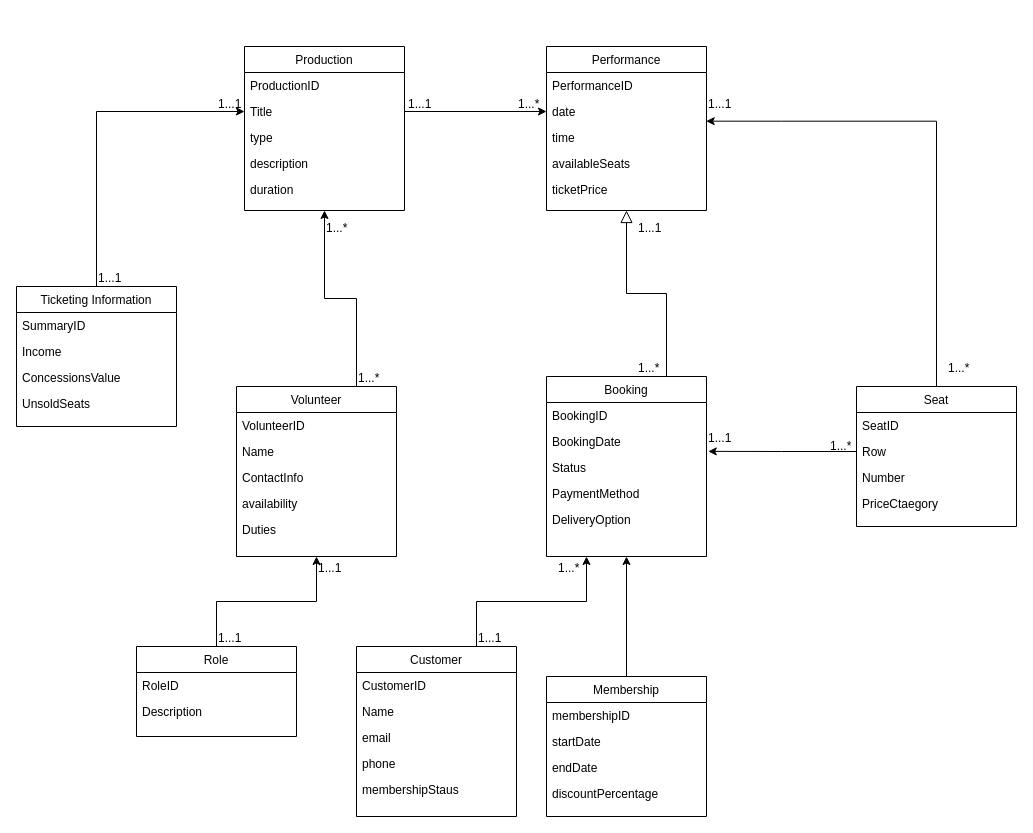
iamheetp/ecomstore keeps this draw.io diagram as Untitled Diagram.drawio. Above is the earlier version. Source tidied: cells renumbered, new cells numbered last; positions are measured from the earlier drawing's top-left corner, leaving out a move shared by most shapes. Both pictures are drawn from the tidied source at 100%, with x=0, y=0 at pixel (16, 46).
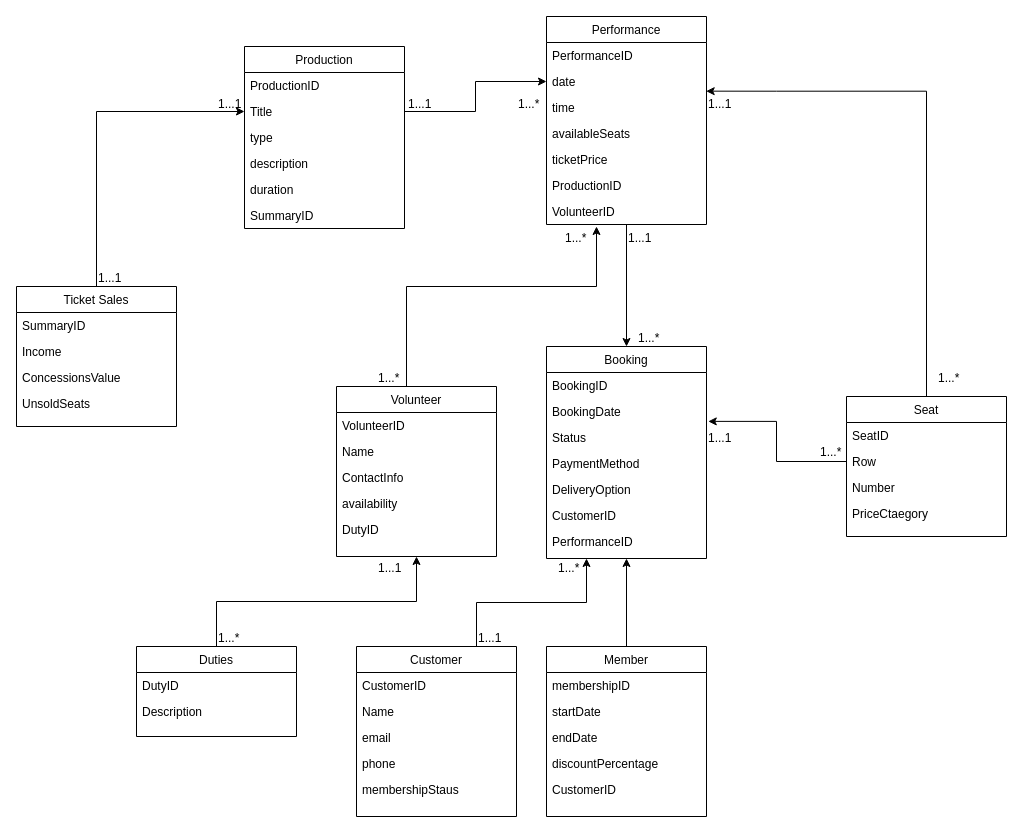
After the change.

The edit, as a diff of the source:
```diff
@@
-    <mxCell id="2" style="edgeStyle=orthogonalEdgeStyle;rounded=0;jettySize=auto;html=1;exitX=0.75;exitY=0;exitDx=0;exitDy=0;entryX=0.5;entryY=1;entryDx=0;entryDy=0;" parent="1" edge="1" source="3" target="16">
-      <mxGeometry relative="1" as="geometry" />
+    <mxCell id="2" style="edgeStyle=orthogonalEdgeStyle;rounded=0;jettySize=auto;html=1;exitX=0.75;exitY=0;exitDx=0;exitDy=0;" parent="1" edge="1" source="3">
+      <mxGeometry relative="1" as="geometry">
+        <mxPoint x="580" y="180" as="targetPoint" />
+        <Array as="points">
+          <mxPoint x="390" y="340" />
+          <mxPoint x="390" y="240" />
+          <mxPoint x="580" y="240" />
+        </Array>
+      </mxGeometry>
     </mxCell>
     <mxCell id="3" value="Volunteer" style="swimlane;fontStyle=0;align=center;verticalAlign=top;horizontal=1;startSize=26;rounded=0;shadow=0;strokeWidth=1;" parent="1" vertex="1">
-      <mxGeometry x="220" y="340" width="160" height="170" as="geometry" />
+      <mxGeometry x="320" y="340" width="160" height="170" as="geometry" />
     </mxCell>
@@
-    <mxCell id="8" value="Duties" style="text;align=left;verticalAlign=top;spacingLeft=4;spacingRight=4;overflow=hidden;rounded=0;shadow=0;html=0;" parent="3" vertex="1">
+    <mxCell id="8" value="DutyID" style="text;align=left;verticalAlign=top;spacingLeft=4;spacingRight=4;overflow=hidden;rounded=0;shadow=0;html=0;" parent="3" vertex="1">
       <mxGeometry y="130" width="160" height="26" as="geometry" />
     </mxCell>
     <mxCell id="9" value="Booking" style="swimlane;fontStyle=0;align=center;verticalAlign=top;horizontal=1;startSize=26;rounded=0;shadow=0;strokeWidth=1;" parent="1" vertex="1">
-      <mxGeometry x="530" y="330" width="160" height="180" as="geometry" />
+      <mxGeometry x="530" y="300" width="160" height="212" as="geometry" />
     </mxCell>
@@
-    <mxCell id="15" style="endArrow=block;endSize=10;endFill=0;shadow=0;strokeWidth=1;rounded=0;curved=0;edgeStyle=elbowEdgeStyle;elbow=vertical;entryX=0.5;entryY=1;entryDx=0;entryDy=0;" parent="1" edge="1" target="22">
-      <mxGeometry relative="1" as="geometry">
-        <mxPoint x="650" y="330" as="sourcePoint" />
-      </mxGeometry>
-    </mxCell>
+    <mxCell id="75" value="CustomerID" style="text;align=left;verticalAlign=top;spacingLeft=4;spacingRight=4;overflow=hidden;" parent="9" vertex="1">
+      <mxGeometry y="156" width="160" height="26" as="geometry" />
+    </mxCell>
+    <mxCell id="76" value="PerformanceID" style="text;align=left;verticalAlign=top;spacingLeft=4;spacingRight=4;overflow=hidden;" parent="9" vertex="1">
+      <mxGeometry y="182" width="160" height="26" as="geometry" />
+    </mxCell>
     <mxCell id="16" value="Production" style="swimlane;fontStyle=0;align=center;verticalAlign=top;horizontal=1;startSize=26;rounded=0;shadow=0;strokeWidth=1;" parent="1" vertex="1">
-      <mxGeometry x="228" width="160" height="164" as="geometry" />
+      <mxGeometry x="228" width="160" height="182" as="geometry" />
     </mxCell>
@@
+    <mxCell id="77" value="SummaryID" style="text;align=left;verticalAlign=top;spacingLeft=4;spacingRight=4;overflow=hidden;rounded=0;shadow=0;html=0;" parent="16" vertex="1">
+      <mxGeometry y="156" width="160" height="26" as="geometry" />
+    </mxCell>
+    <mxCell id="78" style="edgeStyle=orthogonalEdgeStyle;rounded=0;jettySize=auto;html=1;exitX=0.5;exitY=1;exitDx=0;exitDy=0;entryX=0.5;entryY=0;entryDx=0;entryDy=0;" parent="1" edge="1" source="22" target="9">
+      <mxGeometry relative="1" as="geometry" />
+    </mxCell>
     <mxCell id="22" value="Performance" style="swimlane;fontStyle=0;align=center;verticalAlign=top;horizontal=1;startSize=26;rounded=0;shadow=0;strokeWidth=1;" parent="1" vertex="1">
-      <mxGeometry x="530" width="160" height="164" as="geometry" />
+      <mxGeometry x="530" y="-30" width="160" height="208" as="geometry" />
     </mxCell>
@@
+    <mxCell id="79" value="ProductionID" style="text;align=left;verticalAlign=top;spacingLeft=4;spacingRight=4;overflow=hidden;rounded=0;shadow=0;html=0;" parent="22" vertex="1">
+      <mxGeometry y="156" width="160" height="26" as="geometry" />
+    </mxCell>
+    <mxCell id="80" value="VolunteerID" style="text;align=left;verticalAlign=top;spacingLeft=4;spacingRight=4;overflow=hidden;rounded=0;shadow=0;html=0;" parent="22" vertex="1">
+      <mxGeometry y="182" width="160" height="26" as="geometry" />
+    </mxCell>
@@
-    <mxCell id="36" value="Membership" style="swimlane;fontStyle=0;align=center;verticalAlign=top;horizontal=1;startSize=26;rounded=0;shadow=0;strokeWidth=1;" parent="1" vertex="1">
-      <mxGeometry x="530" y="630" width="160" height="140" as="geometry" />
+    <mxCell id="36" value="Member" style="swimlane;fontStyle=0;align=center;verticalAlign=top;horizontal=1;startSize=26;rounded=0;shadow=0;strokeWidth=1;" parent="1" vertex="1">
+      <mxGeometry x="530" y="600" width="160" height="170" as="geometry" />
     </mxCell>
@@
+    <mxCell id="81" value="CustomerID" style="text;align=left;verticalAlign=top;spacingLeft=4;spacingRight=4;overflow=hidden;rounded=0;shadow=0;html=0;" parent="36" vertex="1">
+      <mxGeometry y="130" width="160" height="26" as="geometry" />
+    </mxCell>
@@
     <mxCell id="44" value="1...*" style="align=left;verticalAlign=bottom;labelBackgroundColor=none;fontSize=12;" parent="1" vertex="1">
-      <mxGeometry x="308" y="190" as="geometry" />
+      <mxGeometry x="547" y="200" as="geometry" />
     </mxCell>
     <mxCell id="45" value="1...*" style="align=left;verticalAlign=bottom;labelBackgroundColor=none;fontSize=12;" parent="1" vertex="1">
-      <mxGeometry x="340" y="340" as="geometry" />
+      <mxGeometry x="360" y="340" as="geometry" />
     </mxCell>
     <mxCell id="46" value="Seat" style="swimlane;fontStyle=0;align=center;verticalAlign=top;horizontal=1;startSize=26;rounded=0;shadow=0;strokeWidth=1;" parent="1" vertex="1">
-      <mxGeometry x="840" y="340" width="160" height="140" as="geometry" />
+      <mxGeometry x="830" y="350" width="160" height="140" as="geometry" />
     </mxCell>
@@
     <mxCell id="52" value="1...*" style="align=left;verticalAlign=bottom;labelBackgroundColor=none;fontSize=12;" parent="1" vertex="1">
-      <mxGeometry x="840" y="400" as="geometry">
+      <mxGeometry x="830" y="406" as="geometry">
         <mxPoint x="-28" y="8" as="offset" />
       </mxGeometry>
     </mxCell>
@@
     <mxCell id="55" value="1...*" style="align=left;verticalAlign=bottom;labelBackgroundColor=none;fontSize=12;rotation=0;" parent="1" vertex="1">
-      <mxGeometry x="930" y="330" as="geometry" />
+      <mxGeometry x="920" y="340" as="geometry" />
     </mxCell>
@@
     <mxCell id="59" value="1...*" style="align=left;verticalAlign=bottom;labelBackgroundColor=none;fontSize=12;" parent="1" vertex="1">
-      <mxGeometry x="620" y="330" as="geometry" />
+      <mxGeometry x="620" y="300" as="geometry" />
     </mxCell>
     <mxCell id="60" value="1...1" style="align=left;verticalAlign=bottom;labelBackgroundColor=none;fontSize=12;" parent="1" vertex="1">
-      <mxGeometry x="620" y="190" as="geometry" />
+      <mxGeometry x="610" y="200" as="geometry" />
     </mxCell>
@@
-    <mxCell id="62" value="Role" style="swimlane;fontStyle=0;align=center;verticalAlign=top;horizontal=1;startSize=26;rounded=0;shadow=0;strokeWidth=1;" parent="1" vertex="1">
+    <mxCell id="62" value="Duties" style="swimlane;fontStyle=0;align=center;verticalAlign=top;horizontal=1;startSize=26;rounded=0;shadow=0;strokeWidth=1;" parent="1" vertex="1">
       <mxGeometry x="120" y="600" width="160" height="90" as="geometry" />
     </mxCell>
-    <mxCell id="63" value="RoleID" style="text;align=left;verticalAlign=top;spacingLeft=4;spacingRight=4;overflow=hidden;" parent="62" vertex="1">
+    <mxCell id="63" value="DutyID" style="text;align=left;verticalAlign=top;spacingLeft=4;spacingRight=4;overflow=hidden;" parent="62" vertex="1">
       <mxGeometry y="26" width="160" height="26" as="geometry" />
     </mxCell>
@@
-    <mxCell id="65" value="1...1" style="align=left;verticalAlign=bottom;labelBackgroundColor=none;fontSize=12;rotation=0;" parent="1" vertex="1">
+    <mxCell id="65" value="1...*" style="align=left;verticalAlign=bottom;labelBackgroundColor=none;fontSize=12;rotation=0;" parent="1" vertex="1">
       <mxGeometry x="200" y="600" as="geometry" />
     </mxCell>
@@
-    <mxCell id="67" value="Ticketing Information" style="swimlane;fontStyle=0;align=center;verticalAlign=top;horizontal=1;startSize=26;rounded=0;shadow=0;strokeWidth=1;" parent="1" vertex="1">
+    <mxCell id="67" value="Ticket Sales" style="swimlane;fontStyle=0;align=center;verticalAlign=top;horizontal=1;startSize=26;rounded=0;shadow=0;strokeWidth=1;" parent="1" vertex="1">
       <mxGeometry y="240" width="160" height="140" as="geometry" />
     </mxCell>
@@
     <mxCell id="72" value="1...1" style="align=left;verticalAlign=bottom;labelBackgroundColor=none;fontSize=12;rotation=0;" parent="1" vertex="1">
-      <mxGeometry x="300" y="530" as="geometry" />
+      <mxGeometry x="360" y="530" as="geometry" />
     </mxCell>
```
